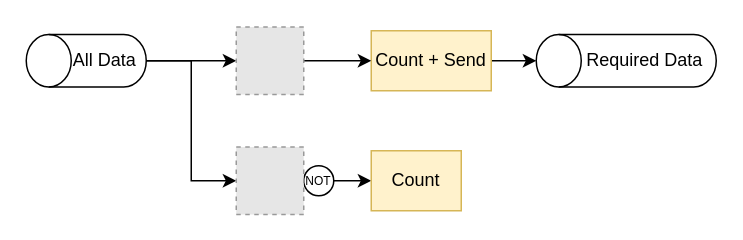
The draw.io diagram figs/04-extraction-update/filter.drawio in aspedrosa/masters-thesis, before the edit. Source tidied: cells renumbered, new cells numbered last; positions are measured from the earlier drawing's top-left corner, leaving out a move shared by most shapes. Both pictures are drawn from the tidied source at 150%, with x=0, y=0 at pixel (26, 26). Pictures stored in the file or linked from it are replaced by grey dashed boxes.
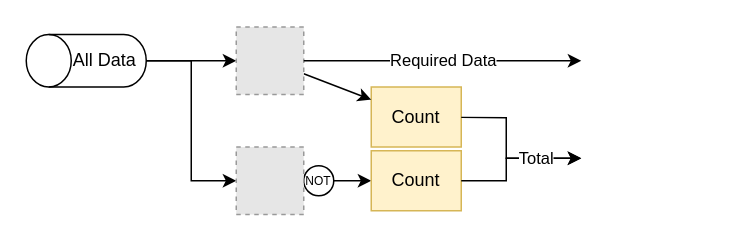
The same diagram, later.

The change refers to these unchanged cells:
```xml
<mxCell id="9" value="Count" style="rounded=0;whiteSpace=wrap;html=1;fillColor=#fff2cc;strokeColor=#d6b656;" parent="1" vertex="1">
  <mxGeometry x="230" y="83" width="60" height="40" as="geometry" />
</mxCell>
<mxCell id="12" style="fillColor=#E6E6E6;strokeColor=#999999;dashed=1;html=1;verticalAlign=top;verticalLabelPosition=bottom;labelBackgroundColor=#ffffff;" parent="1" vertex="1">
  <mxGeometry x="140" y="0.5" width="45" height="45" as="geometry" />
</mxCell>
```

What changed in the source:
```diff
@@
-    <mxCell id="6" value="Required Data" style="shape=cylinder3;whiteSpace=wrap;html=1;boundedLbl=1;backgroundOutline=1;size=15;direction=north;" parent="1" vertex="1">
-      <mxGeometry x="340" y="5.5" width="120" height="35" as="geometry" />
-    </mxCell>
-    <mxCell id="7" style="endArrow=classic;html=1;rounded=0;" parent="1" edge="1" source="10" target="6">
-      <mxGeometry relative="1" as="geometry" />
-    </mxCell>
@@
-    <mxCell id="10" value="Count + Send" style="rounded=0;whiteSpace=wrap;html=1;fillColor=#fff2cc;strokeColor=#d6b656;" parent="1" vertex="1">
-      <mxGeometry x="230" y="3" width="80" height="40" as="geometry" />
+    <mxCell id="10" value="Count" style="rounded=0;whiteSpace=wrap;html=1;fillColor=#fff2cc;strokeColor=#d6b656;" parent="1" vertex="1">
+      <mxGeometry x="230" y="40.5" width="60" height="40" as="geometry" />
     </mxCell>
@@
+    <mxCell id="6" value="Required Data" style="endArrow=classic;html=1;rounded=0;" parent="1" edge="1" source="12">
+      <mxGeometry relative="1" as="geometry">
+        <mxPoint x="370" y="23" as="targetPoint" />
+      </mxGeometry>
+    </mxCell>
+    <mxCell id="14" style="endArrow=classic;html=1;rounded=0;" parent="1" edge="1" source="10">
+      <mxGeometry relative="1" as="geometry">
+        <mxPoint x="370" y="88" as="targetPoint" />
+        <Array as="points">
+          <mxPoint x="320" y="61" />
+          <mxPoint x="320" y="88" />
+        </Array>
+      </mxGeometry>
+    </mxCell>
+    <mxCell id="15" value="Total" style="endArrow=classic;html=1;rounded=0;" parent="1" edge="1" source="9">
+      <mxGeometry x="0.37" relative="1" as="geometry">
+        <mxPoint x="370" y="88" as="targetPoint" />
+        <Array as="points">
+          <mxPoint x="320" y="103" />
+          <mxPoint x="320" y="88" />
+        </Array>
+      </mxGeometry>
+    </mxCell>
```
